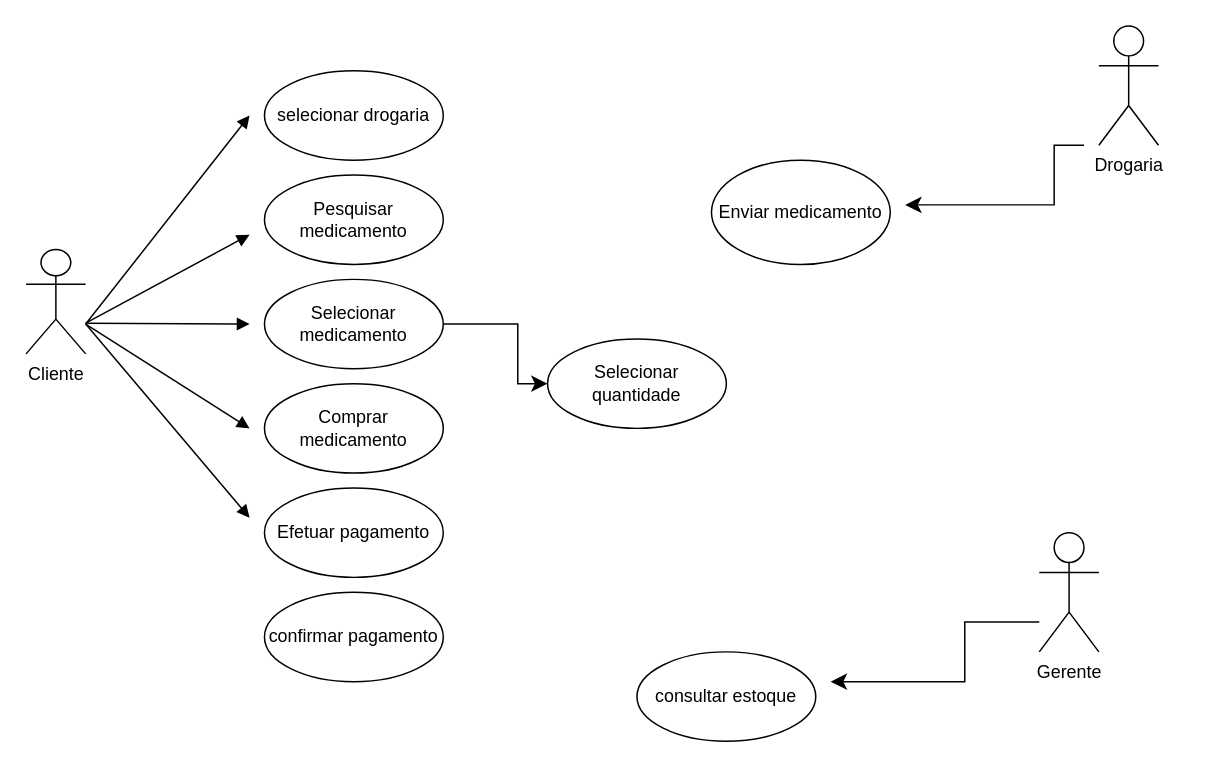
Above: page "Página-11" (11 of 12) of Diagrama sem nome.drawio in Raquelf-06/diagramasderequisitos (draw.io), before the change. Source tidied: cells renumbered, new cells numbered last; positions are measured from the earlier drawing's top-left corner, leaving out a move shared by most shapes. Both pictures are drawn from the tidied source at 149%, with x=0, y=0 at pixel (25, 25).
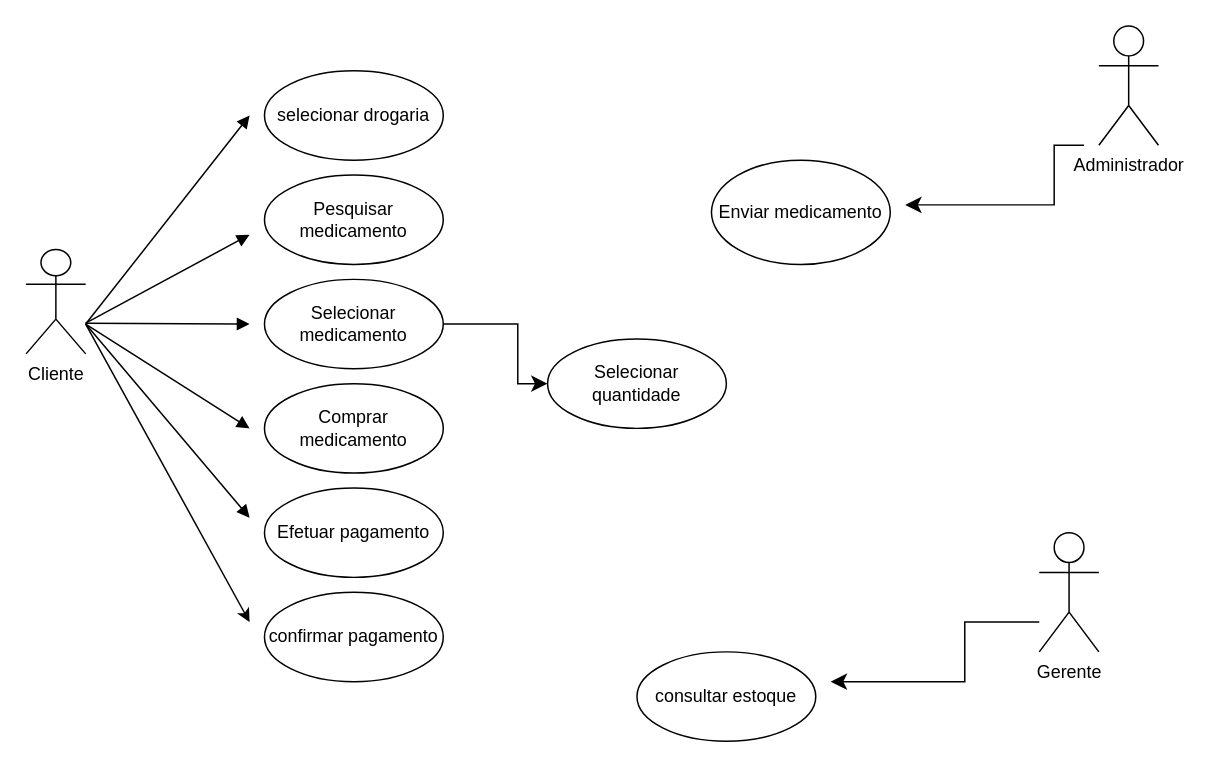
After the change.

The edit, as a diff of the source:
```diff
@@
-    <mxCell id="17" value="Drogaria" style="shape=umlActor;verticalLabelPosition=bottom;verticalAlign=top;html=1;" parent="1" vertex="1">
+    <mxCell id="17" value="Administrador" style="shape=umlActor;verticalLabelPosition=bottom;verticalAlign=top;html=1;" parent="1" vertex="1">
       <mxGeometry x="720" width="40" height="80" as="geometry" />
     </mxCell>
@@
+    <mxCell id="22" style="endArrow=classic;html=1;rounded=0;" parent="1" edge="1">
+      <mxGeometry relative="1" as="geometry">
+        <mxPoint x="40" y="200" as="sourcePoint" />
+        <mxPoint x="150" y="400" as="targetPoint" />
+      </mxGeometry>
+    </mxCell>
```
